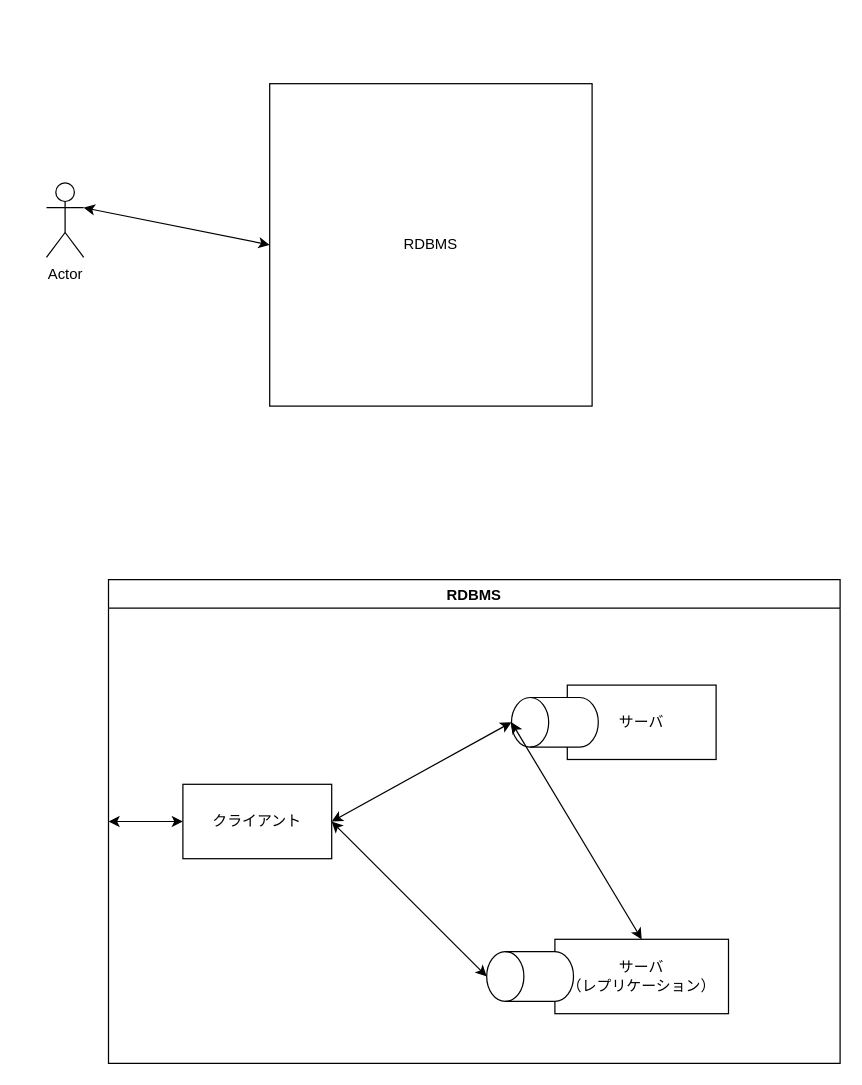
Above: site/static/images/dbms-abst.drawio in peregrin8alde/learn-ossdb-gold (draw.io), before the change. Source tidied: cells renumbered, new cells numbered last; positions are measured from the earlier drawing's top-left corner, leaving out a move shared by most shapes. Both pictures are drawn from the tidied source at 124%, with x=0, y=0 at pixel (46, 83).
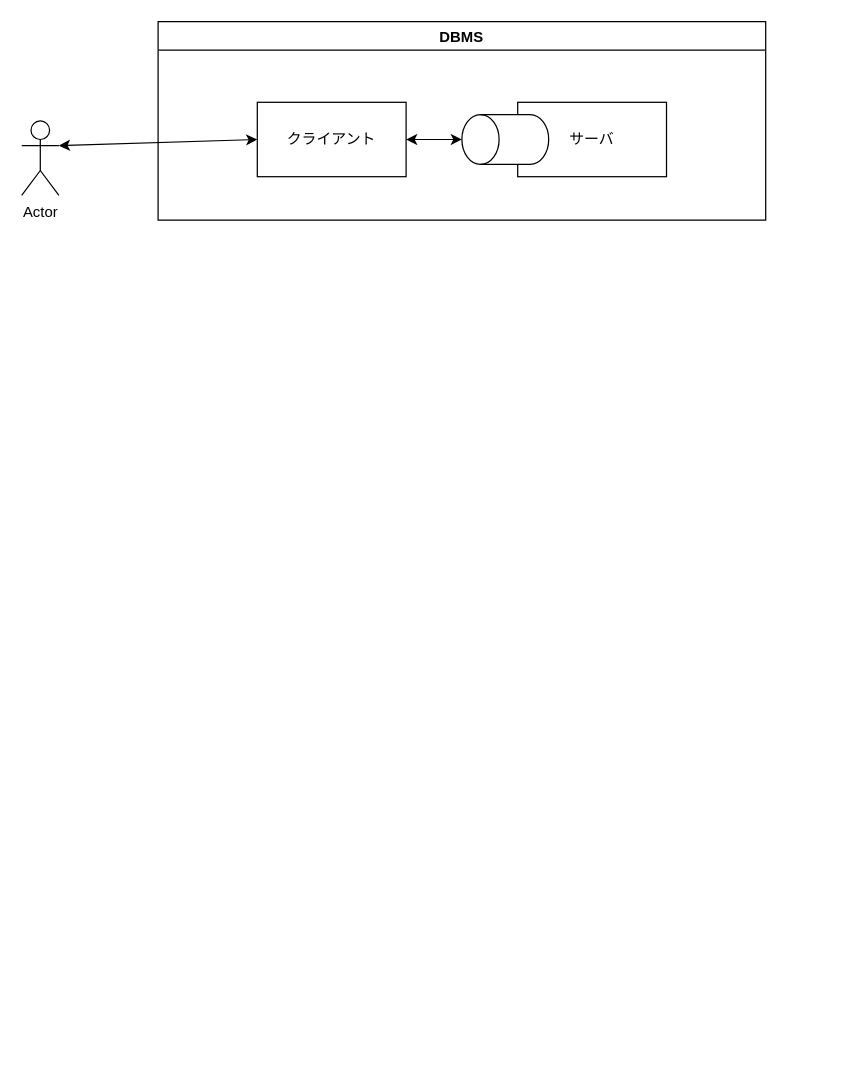
The same page after the edit.

Diff of the diagram source:
```diff
@@
 <mxGraphModel>
   <root>
     <mxCell id="0" />
     <mxCell id="1" parent="0" />
-    <mxCell id="2" value="RDBMS" style="swimlane;" parent="1" vertex="1">
-      <mxGeometry x="50" y="400" width="590" height="390" as="geometry" />
+    <mxCell id="2" value="DBMS" style="swimlane;" parent="1" vertex="1">
+      <mxGeometry x="90" y="-50" width="490" height="160" as="geometry" />
     </mxCell>
     <mxCell id="3" value="サーバ" style="rounded=0;whiteSpace=wrap;html=1;" parent="2" vertex="1">
-      <mxGeometry x="370" y="85" width="120" height="60" as="geometry" />
+      <mxGeometry x="290" y="65" width="120" height="60" as="geometry" />
     </mxCell>
-    <mxCell id="4" value="&lt;div&gt;サーバ&lt;/div&gt;&lt;div&gt;（レプリケーション）&lt;/div&gt;" style="rounded=0;whiteSpace=wrap;html=1;" parent="2" vertex="1">
-      <mxGeometry x="360" y="290" width="140" height="60" as="geometry" />
-    </mxCell>
     <mxCell id="5" value="クライアント" style="rounded=0;whiteSpace=wrap;html=1;" parent="2" vertex="1">
-      <mxGeometry x="60" y="165" width="120" height="60" as="geometry" />
+      <mxGeometry x="80" y="65" width="120" height="60" as="geometry" />
     </mxCell>
     <mxCell id="6" style="endArrow=classic;startArrow=classic;html=1;rounded=0;exitX=1;exitY=0.5;exitDx=0;exitDy=0;entryX=0.5;entryY=0;entryDx=0;entryDy=0;entryPerimeter=0;" parent="2" edge="1" source="5" target="9">
       <mxGeometry relative="1" as="geometry" />
     </mxCell>
-    <mxCell id="7" style="endArrow=classic;startArrow=classic;html=1;rounded=0;exitX=1;exitY=0.5;exitDx=0;exitDy=0;entryX=0.5;entryY=0;entryDx=0;entryDy=0;entryPerimeter=0;" parent="2" edge="1" source="5" target="10">
-      <mxGeometry relative="1" as="geometry" />
-    </mxCell>
-    <mxCell id="8" style="endArrow=classic;startArrow=classic;html=1;rounded=0;exitX=0;exitY=0.5;exitDx=0;exitDy=0;entryX=0;entryY=0.5;entryDx=0;entryDy=0;" parent="2" edge="1" source="2" target="5">
-      <mxGeometry relative="1" as="geometry" />
-    </mxCell>
     <mxCell id="9" style="shape=cylinder3;whiteSpace=wrap;html=1;boundedLbl=1;backgroundOutline=1;size=15;rotation=-90;" parent="2" vertex="1">
-      <mxGeometry x="340" y="80" width="40" height="70" as="geometry" />
+      <mxGeometry x="260" y="60" width="40" height="70" as="geometry" />
     </mxCell>
-    <mxCell id="10" style="shape=cylinder3;whiteSpace=wrap;html=1;boundedLbl=1;backgroundOutline=1;size=15;rotation=-90;" parent="2" vertex="1">
-      <mxGeometry x="320" y="285" width="40" height="70" as="geometry" />
-    </mxCell>
-    <mxCell id="11" style="endArrow=classic;startArrow=classic;html=1;rounded=0;exitX=0.5;exitY=0;exitDx=0;exitDy=0;exitPerimeter=0;entryX=0.5;entryY=0;entryDx=0;entryDy=0;" parent="2" edge="1" source="9" target="4">
-      <mxGeometry relative="1" as="geometry" />
-    </mxCell>
-    <mxCell id="12" value="RDBMS" style="rounded=0;whiteSpace=wrap;html=1;" parent="1" vertex="1">
-      <mxGeometry x="180" width="260" height="260" as="geometry" />
-    </mxCell>
     <mxCell id="13" value="Actor" style="shape=umlActor;verticalLabelPosition=bottom;verticalAlign=top;html=1;outlineConnect=0;" parent="1" vertex="1">
-      <mxGeometry y="80" width="30" height="60" as="geometry" />
+      <mxGeometry x="-20" y="30" width="30" height="60" as="geometry" />
     </mxCell>
-    <mxCell id="14" style="endArrow=classic;startArrow=classic;html=1;rounded=0;exitX=1;exitY=0.3333333333333333;exitDx=0;exitDy=0;exitPerimeter=0;entryX=0;entryY=0.5;entryDx=0;entryDy=0;" parent="1" edge="1" source="13" target="12">
+    <mxCell id="14" style="endArrow=classic;startArrow=classic;html=1;rounded=0;exitX=1;exitY=0.3333333333333333;exitDx=0;exitDy=0;exitPerimeter=0;entryX=0;entryY=0.5;entryDx=0;entryDy=0;" parent="1" edge="1" source="13" target="5">
       <mxGeometry relative="1" as="geometry" />
     </mxCell>
   </root>
 </mxGraphModel>
```
